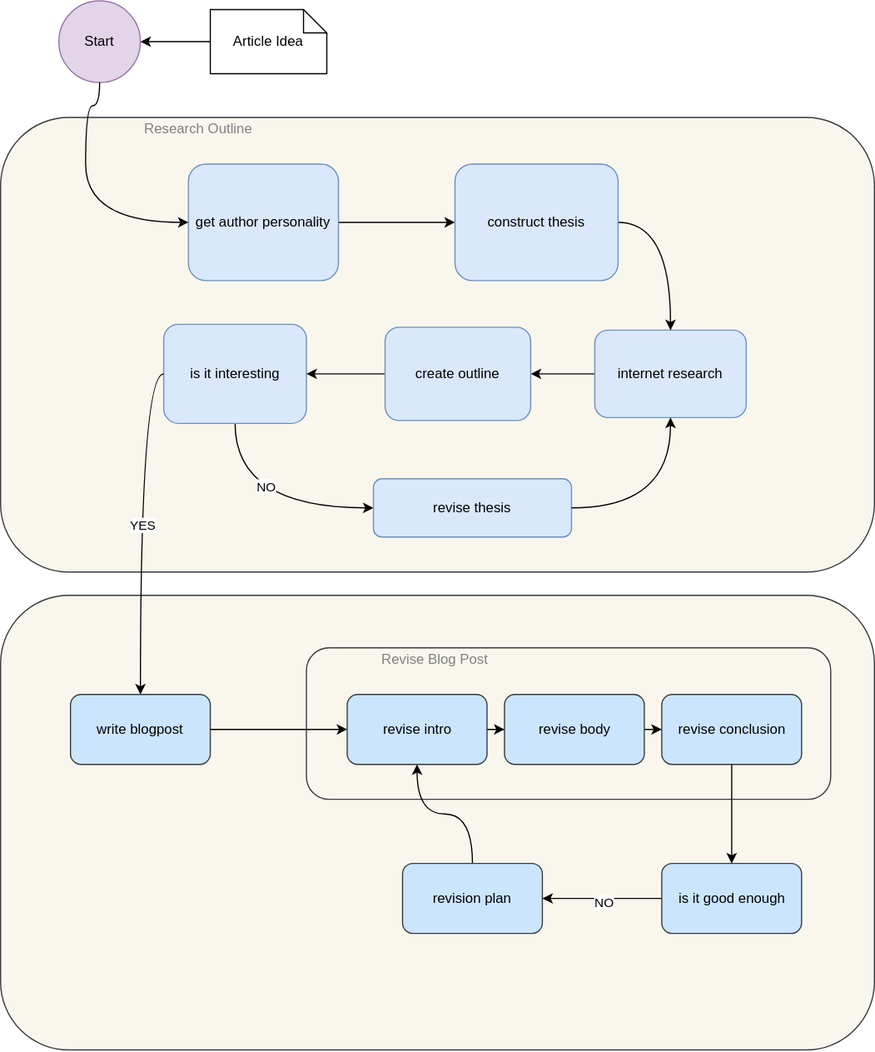
Above: diagram/blog-agent.drawio.svg in lojones/blog-agent-assets (draw.io), before the change. Source tidied: cells renumbered, new cells last; positions are measured from the earlier drawing's top-left corner, leaving out a move shared by most shapes.
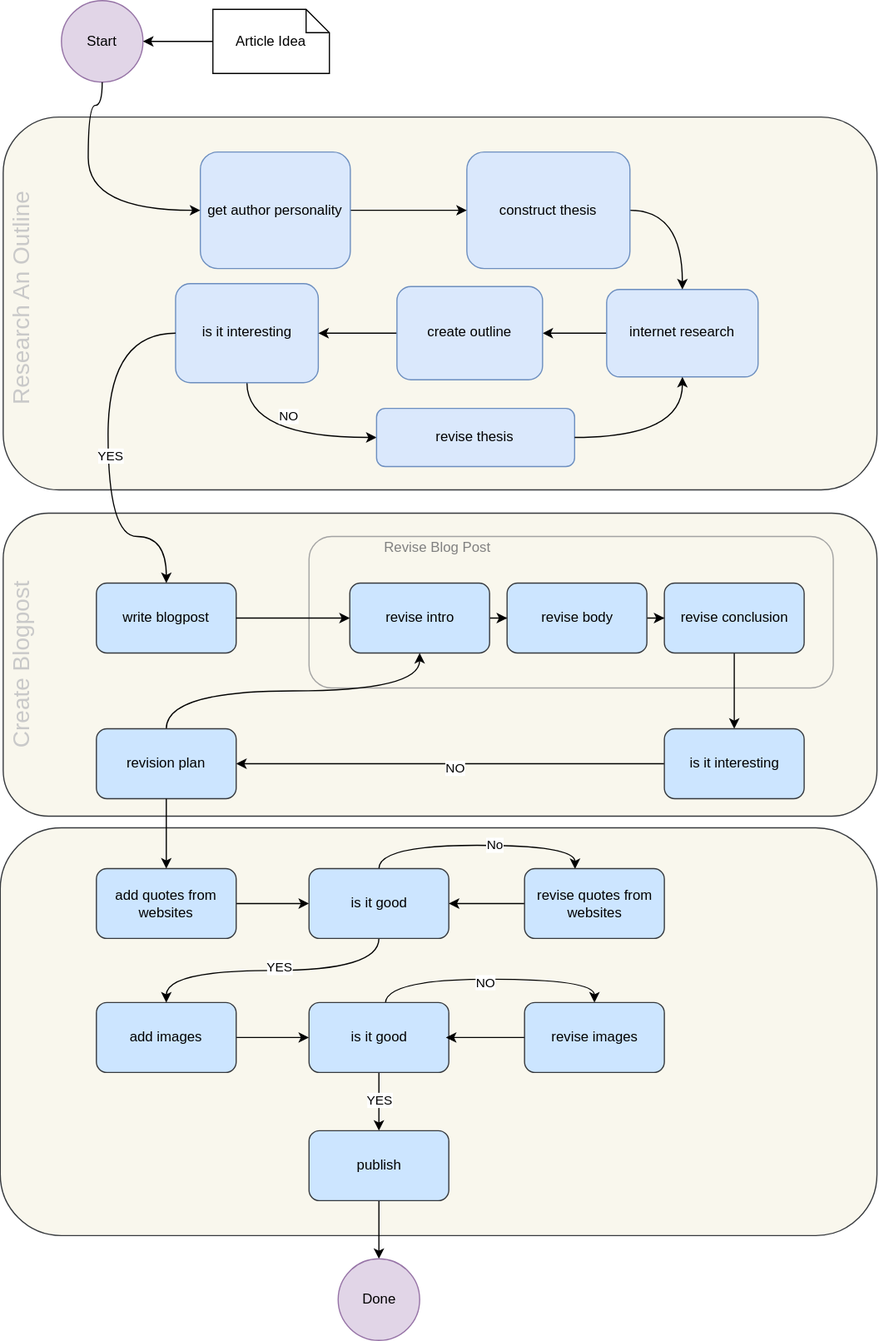
The same file after the commit.

Change to the diagram source:
```diff
@@ -12,28 +12,28 @@
       <mxGeometry x="180" y="7.5" width="100" height="55" as="geometry" />
     </mxCell>
     <mxCell id="5" style="rounded=1;whiteSpace=wrap;html=1;fillColor=#f9f7ed;strokeColor=#36393d;" parent="1" vertex="1">
-      <mxGeometry y="100" width="750" height="390" as="geometry" />
+      <mxGeometry y="100" width="750" height="320" as="geometry" />
     </mxCell>
-    <mxCell id="6" value="Research Outline" style="text;html=1;align=center;verticalAlign=middle;whiteSpace=wrap;rounded=0;fontColor=light-dark(#808080, #ededed);" parent="1" vertex="1">
-      <mxGeometry x="110" y="100" width="120" height="20" as="geometry" />
+    <mxCell id="6" value="Research An Outline" style="text;html=1;align=center;verticalAlign=middle;whiteSpace=wrap;rounded=0;fontColor=light-dark(#c9c9c9, #ededed);fontSize=20;rotation=-90;" parent="1" vertex="1">
+      <mxGeometry x="-85" y="245.5" width="200" height="20" as="geometry" />
     </mxCell>
     <mxCell id="7" style="edgeStyle=orthogonalEdgeStyle;rounded=0;jettySize=auto;html=1;curved=1;" parent="1" edge="1" source="8" target="21">
       <mxGeometry relative="1" as="geometry" />
     </mxCell>
     <mxCell id="8" value="internet research" style="rounded=1;whiteSpace=wrap;html=1;fillColor=#dae8fc;strokeColor=#6c8ebf;" parent="1" vertex="1">
-      <mxGeometry x="510" y="282.5" width="130" height="75" as="geometry" />
+      <mxGeometry x="518" y="248" width="130" height="75" as="geometry" />
     </mxCell>
     <mxCell id="9" style="edgeStyle=orthogonalEdgeStyle;rounded=0;jettySize=auto;html=1;entryX=0.5;entryY=0;entryDx=0;entryDy=0;curved=1;exitX=1;exitY=0.5;exitDx=0;exitDy=0;" parent="1" edge="1" source="10" target="8">
       <mxGeometry relative="1" as="geometry" />
     </mxCell>
     <mxCell id="10" value="construct thesis" style="rounded=1;whiteSpace=wrap;html=1;fillColor=#dae8fc;strokeColor=#6c8ebf;" parent="1" vertex="1">
-      <mxGeometry x="390" y="140" width="140" height="100" as="geometry" />
+      <mxGeometry x="398" y="130" width="140" height="100" as="geometry" />
     </mxCell>
     <mxCell id="11" style="edgeStyle=orthogonalEdgeStyle;rounded=0;jettySize=auto;html=1;curved=1;" parent="1" edge="1" source="12" target="10">
       <mxGeometry relative="1" as="geometry" />
     </mxCell>
     <mxCell id="12" value="get author personality" style="rounded=1;whiteSpace=wrap;html=1;fillColor=#dae8fc;strokeColor=#6c8ebf;" parent="1" vertex="1">
-      <mxGeometry x="161.2" y="140" width="128.8" height="100" as="geometry" />
+      <mxGeometry x="169.2" y="130" width="128.8" height="100" as="geometry" />
     </mxCell>
     <mxCell id="13" style="edgeStyle=orthogonalEdgeStyle;rounded=0;jettySize=auto;html=1;entryX=0;entryY=0.5;entryDx=0;entryDy=0;exitX=0.5;exitY=1;exitDx=0;exitDy=0;curved=1;" parent="1" edge="1" source="15" target="17">
       <mxGeometry relative="1" as="geometry" />
@@ -42,13 +42,13 @@
       <mxGeometry x="0.04" y="18" relative="1" as="geometry" />
     </mxCell>
     <mxCell id="15" value="is it interesting" style="rounded=1;whiteSpace=wrap;html=1;fillColor=#dae8fc;strokeColor=#6c8ebf;" parent="1" vertex="1">
-      <mxGeometry x="140" y="277.5" width="122.5" height="85" as="geometry" />
+      <mxGeometry x="148" y="243" width="122.5" height="85" as="geometry" />
     </mxCell>
     <mxCell id="16" style="edgeStyle=orthogonalEdgeStyle;rounded=0;jettySize=auto;html=1;curved=1;" parent="1" edge="1" source="21" target="15">
       <mxGeometry relative="1" as="geometry" />
     </mxCell>
     <mxCell id="17" value="revise thesis" style="rounded=1;whiteSpace=wrap;html=1;fillColor=#dae8fc;strokeColor=#6c8ebf;" parent="1" vertex="1">
-      <mxGeometry x="320" y="410" width="170" height="50" as="geometry" />
+      <mxGeometry x="320.5" y="350" width="170" height="50" as="geometry" />
     </mxCell>
     <mxCell id="18" style="edgeStyle=orthogonalEdgeStyle;rounded=0;jettySize=auto;html=1;curved=1;" parent="1" edge="1" source="2" target="12">
       <mxGeometry relative="1" as="geometry">
@@ -62,40 +62,46 @@
       <mxGeometry relative="1" as="geometry" />
     </mxCell>
     <mxCell id="20" style="rounded=1;whiteSpace=wrap;html=1;fillColor=#f9f7ed;strokeColor=#36393d;" parent="1" vertex="1">
-      <mxGeometry y="510" width="750" height="390" as="geometry" />
+      <mxGeometry y="440" width="750" height="260" as="geometry" />
     </mxCell>
     <mxCell id="21" value="create outline" style="rounded=1;whiteSpace=wrap;html=1;fillColor=#dae8fc;strokeColor=#6c8ebf;" parent="1" vertex="1">
-      <mxGeometry x="330" y="280" width="125" height="80" as="geometry" />
+      <mxGeometry x="338" y="245.5" width="125" height="80" as="geometry" />
     </mxCell>
     <mxCell id="22" value="write blogpost" style="rounded=1;whiteSpace=wrap;html=1;fillColor=#cce5ff;strokeColor=#36393d;" parent="1" vertex="1">
-      <mxGeometry x="60" y="595" width="120" height="60" as="geometry" />
+      <mxGeometry x="80" y="500" width="120" height="60" as="geometry" />
     </mxCell>
-    <mxCell id="23" style="rounded=1;whiteSpace=wrap;html=1;fillColor=#f9f7ed;strokeColor=#36393d;" parent="1" vertex="1">
-      <mxGeometry x="262.5" y="555" width="450" height="130" as="geometry" />
+    <mxCell id="23" style="rounded=1;whiteSpace=wrap;html=1;fillColor=#f9f7ed;strokeColor=light-dark(#a3a3a3, #babdc0);" parent="1" vertex="1">
+      <mxGeometry x="262.5" y="460" width="450" height="130" as="geometry" />
     </mxCell>
     <mxCell id="24" style="edgeStyle=orthogonalEdgeStyle;rounded=0;jettySize=auto;html=1;" parent="1" edge="1" source="25" target="27">
       <mxGeometry relative="1" as="geometry" />
     </mxCell>
     <mxCell id="25" value="revise intro" style="rounded=1;whiteSpace=wrap;html=1;fillColor=#cce5ff;strokeColor=#36393d;" parent="1" vertex="1">
-      <mxGeometry x="297.5" y="595" width="120" height="60" as="geometry" />
+      <mxGeometry x="297.5" y="500" width="120" height="60" as="geometry" />
     </mxCell>
     <mxCell id="26" style="edgeStyle=orthogonalEdgeStyle;rounded=0;jettySize=auto;html=1;" parent="1" edge="1" source="27" target="29">
       <mxGeometry relative="1" as="geometry" />
     </mxCell>
     <mxCell id="27" value="revise body" style="rounded=1;whiteSpace=wrap;html=1;fillColor=#cce5ff;strokeColor=#36393d;" parent="1" vertex="1">
-      <mxGeometry x="432.5" y="595" width="120" height="60" as="geometry" />
+      <mxGeometry x="432.5" y="500" width="120" height="60" as="geometry" />
     </mxCell>
     <mxCell id="28" style="edgeStyle=orthogonalEdgeStyle;rounded=0;jettySize=auto;html=1;curved=1;" parent="1" edge="1" source="29" target="36">
       <mxGeometry relative="1" as="geometry" />
     </mxCell>
     <mxCell id="29" value="revise conclusion" style="rounded=1;whiteSpace=wrap;html=1;fillColor=#cce5ff;strokeColor=#36393d;" parent="1" vertex="1">
-      <mxGeometry x="567.5" y="595" width="120" height="60" as="geometry" />
+      <mxGeometry x="567.5" y="500" width="120" height="60" as="geometry" />
     </mxCell>
     <mxCell id="30" value="Revise Blog Post" style="text;html=1;align=center;verticalAlign=middle;whiteSpace=wrap;rounded=0;fontColor=light-dark(#808080, #ededed);" parent="1" vertex="1">
-      <mxGeometry x="312.5" y="555" width="120" height="20" as="geometry" />
+      <mxGeometry x="312.5" y="460" width="120" height="20" as="geometry" />
     </mxCell>
     <mxCell id="31" style="edgeStyle=orthogonalEdgeStyle;rounded=0;jettySize=auto;html=1;exitX=0;exitY=0.5;exitDx=0;exitDy=0;curved=1;" parent="1" edge="1" source="15" target="22">
-      <mxGeometry relative="1" as="geometry" />
+      <mxGeometry relative="1" as="geometry">
+        <Array as="points">
+          <mxPoint x="90" y="286" />
+          <mxPoint x="90" y="460" />
+          <mxPoint x="140" y="460" />
+        </Array>
+      </mxGeometry>
     </mxCell>
     <mxCell id="32" value="YES" style="edgeLabel;html=1;align=center;verticalAlign=middle;" parent="31" vertex="1">
       <mxGeometry x="0.02" y="2" relative="1" as="geometry" />
@@ -109,14 +115,88 @@
     <mxCell id="35" value="NO" style="edgeLabel;html=1;align=center;verticalAlign=middle;" parent="34" vertex="1">
       <mxGeometry x="-0.02" y="4" relative="1" as="geometry" />
     </mxCell>
-    <mxCell id="36" value="is it good enough" style="rounded=1;whiteSpace=wrap;html=1;fillColor=#cce5ff;strokeColor=#36393d;" parent="1" vertex="1">
-      <mxGeometry x="567.5" y="740" width="120" height="60" as="geometry" />
+    <mxCell id="36" value="is it interesting" style="rounded=1;whiteSpace=wrap;html=1;fillColor=#cce5ff;strokeColor=#36393d;" parent="1" vertex="1">
+      <mxGeometry x="567.5" y="625" width="120" height="60" as="geometry" />
     </mxCell>
-    <mxCell id="37" style="edgeStyle=orthogonalEdgeStyle;rounded=0;jettySize=auto;html=1;curved=1;" parent="1" edge="1" source="38" target="25">
+    <mxCell id="37" style="edgeStyle=orthogonalEdgeStyle;rounded=0;jettySize=auto;html=1;curved=1;exitX=0.5;exitY=0;exitDx=0;exitDy=0;" parent="1" edge="1" source="38" target="25">
       <mxGeometry relative="1" as="geometry" />
     </mxCell>
     <mxCell id="38" value="revision plan" style="rounded=1;whiteSpace=wrap;html=1;fillColor=#cce5ff;strokeColor=#36393d;" parent="1" vertex="1">
-      <mxGeometry x="345" y="740" width="120" height="60" as="geometry" />
+      <mxGeometry x="80" y="625" width="120" height="60" as="geometry" />
     </mxCell>
+    <mxCell id="39" style="rounded=1;whiteSpace=wrap;html=1;fillColor=#f9f7ed;strokeColor=#36393d;" parent="1" vertex="1">
+      <mxGeometry x="-2.5" y="710" width="752.5" height="350" as="geometry" />
+    </mxCell>
+    <mxCell id="40" value="Create Blogpost" style="text;html=1;align=center;verticalAlign=middle;whiteSpace=wrap;rounded=0;fontColor=light-dark(#c9c9c9, #ededed);fontSize=20;rotation=-90;" parent="1" vertex="1">
+      <mxGeometry x="-60" y="560" width="150" height="20" as="geometry" />
+    </mxCell>
+    <mxCell id="41" style="edgeStyle=orthogonalEdgeStyle;rounded=0;jettySize=auto;html=1;" parent="1" edge="1" source="42" target="49">
+      <mxGeometry relative="1" as="geometry" />
+    </mxCell>
+    <mxCell id="42" value="add&amp;nbsp;&lt;span style=&quot;background-color: transparent; color: light-dark(rgb(0, 0, 0), rgb(255, 255, 255));&quot;&gt;quotes from websites&lt;/span&gt;" style="rounded=1;whiteSpace=wrap;html=1;fillColor=#cce5ff;strokeColor=#36393d;" parent="1" vertex="1">
+      <mxGeometry x="80" y="745" width="120" height="60" as="geometry" />
+    </mxCell>
+    <mxCell id="43" style="edgeStyle=orthogonalEdgeStyle;rounded=0;jettySize=auto;html=1;" parent="1" edge="1" source="44" target="54">
+      <mxGeometry relative="1" as="geometry" />
+    </mxCell>
+    <mxCell id="44" value="add images" style="rounded=1;whiteSpace=wrap;html=1;fillColor=#cce5ff;strokeColor=#36393d;" parent="1" vertex="1">
+      <mxGeometry x="80" y="860" width="120" height="60" as="geometry" />
+    </mxCell>
+    <mxCell id="45" style="edgeStyle=orthogonalEdgeStyle;rounded=0;jettySize=auto;html=1;entryX=0.361;entryY=0.007;entryDx=0;entryDy=0;exitX=0.5;exitY=0;exitDx=0;exitDy=0;entryPerimeter=0;curved=1;" parent="1" edge="1" source="49" target="59">
+      <mxGeometry relative="1" as="geometry" />
+    </mxCell>
+    <mxCell id="46" value="No" style="edgeLabel;html=1;align=center;verticalAlign=middle;" parent="45" vertex="1">
+      <mxGeometry x="0.13" relative="1" as="geometry" />
+    </mxCell>
+    <mxCell id="47" style="edgeStyle=orthogonalEdgeStyle;rounded=0;jettySize=auto;html=1;entryX=0.5;entryY=0;entryDx=0;entryDy=0;exitX=0.5;exitY=1;exitDx=0;exitDy=0;curved=1;" parent="1" edge="1" source="49" target="44">
+      <mxGeometry relative="1" as="geometry" />
+    </mxCell>
+    <mxCell id="48" value="YES" style="edgeLabel;html=1;align=center;verticalAlign=middle;" parent="47" vertex="1">
+      <mxGeometry x="-0.05" y="-3" relative="1" as="geometry" />
+    </mxCell>
+    <mxCell id="49" value="is it good" style="rounded=1;whiteSpace=wrap;html=1;fillColor=#cce5ff;strokeColor=#36393d;" parent="1" vertex="1">
+      <mxGeometry x="262.5" y="745" width="120" height="60" as="geometry" />
+    </mxCell>
+    <mxCell id="50" style="edgeStyle=orthogonalEdgeStyle;rounded=0;jettySize=auto;html=1;entryX=0.5;entryY=0;entryDx=0;entryDy=0;exitX=0.546;exitY=0.013;exitDx=0;exitDy=0;exitPerimeter=0;curved=1;" parent="1" edge="1" source="54" target="61">
+      <mxGeometry relative="1" as="geometry" />
+    </mxCell>
+    <mxCell id="51" value="NO" style="edgeLabel;html=1;align=center;verticalAlign=middle;" parent="50" vertex="1">
+      <mxGeometry x="-0.04" y="-3" relative="1" as="geometry" />
+    </mxCell>
+    <mxCell id="52" style="edgeStyle=orthogonalEdgeStyle;rounded=0;jettySize=auto;html=1;" parent="1" edge="1" source="54" target="56">
+      <mxGeometry relative="1" as="geometry" />
+    </mxCell>
+    <mxCell id="53" value="YES" style="edgeLabel;html=1;align=center;verticalAlign=middle;" parent="52" vertex="1">
+      <mxGeometry x="-0.04" relative="1" as="geometry" />
+    </mxCell>
+    <mxCell id="54" value="is it good" style="rounded=1;whiteSpace=wrap;html=1;fillColor=#cce5ff;strokeColor=#36393d;" parent="1" vertex="1">
+      <mxGeometry x="262.5" y="860" width="120" height="60" as="geometry" />
+    </mxCell>
+    <mxCell id="55" style="edgeStyle=orthogonalEdgeStyle;rounded=0;jettySize=auto;html=1;" parent="1" edge="1" source="56" target="62">
+      <mxGeometry relative="1" as="geometry" />
+    </mxCell>
+    <mxCell id="56" value="publish" style="rounded=1;whiteSpace=wrap;html=1;fillColor=#cce5ff;strokeColor=#36393d;" parent="1" vertex="1">
+      <mxGeometry x="262.5" y="970" width="120" height="60" as="geometry" />
+    </mxCell>
+    <mxCell id="57" style="edgeStyle=orthogonalEdgeStyle;rounded=0;jettySize=auto;html=1;" parent="1" edge="1" source="38" target="42">
+      <mxGeometry relative="1" as="geometry" />
+    </mxCell>
+    <mxCell id="58" style="edgeStyle=orthogonalEdgeStyle;rounded=0;jettySize=auto;html=1;" parent="1" edge="1" source="59" target="49">
+      <mxGeometry relative="1" as="geometry" />
+    </mxCell>
+    <mxCell id="59" value="revise&amp;nbsp;&lt;span style=&quot;background-color: transparent; color: light-dark(rgb(0, 0, 0), rgb(255, 255, 255));&quot;&gt;quotes from websites&lt;/span&gt;" style="rounded=1;whiteSpace=wrap;html=1;fillColor=#cce5ff;strokeColor=#36393d;" parent="1" vertex="1">
+      <mxGeometry x="447.5" y="745" width="120" height="60" as="geometry" />
+    </mxCell>
+    <mxCell id="60" style="edgeStyle=orthogonalEdgeStyle;rounded=0;jettySize=auto;html=1;" parent="1" edge="1" source="61">
+      <mxGeometry relative="1" as="geometry">
+        <mxPoint x="380" y="890" as="targetPoint" />
+      </mxGeometry>
+    </mxCell>
+    <mxCell id="61" value="revise&amp;nbsp;&lt;span style=&quot;background-color: transparent; color: light-dark(rgb(0, 0, 0), rgb(255, 255, 255));&quot;&gt;images&lt;/span&gt;" style="rounded=1;whiteSpace=wrap;html=1;fillColor=#cce5ff;strokeColor=#36393d;" parent="1" vertex="1">
+      <mxGeometry x="447.5" y="860" width="120" height="60" as="geometry" />
+    </mxCell>
+    <mxCell id="62" value="Done" style="ellipse;whiteSpace=wrap;html=1;fillColor=#e1d5e7;strokeColor=#9673a6;" parent="1" vertex="1">
+      <mxGeometry x="287.5" y="1080" width="70" height="70" as="geometry" />
+    </mxCell>
   </root>
 </mxGraphModel>
```
